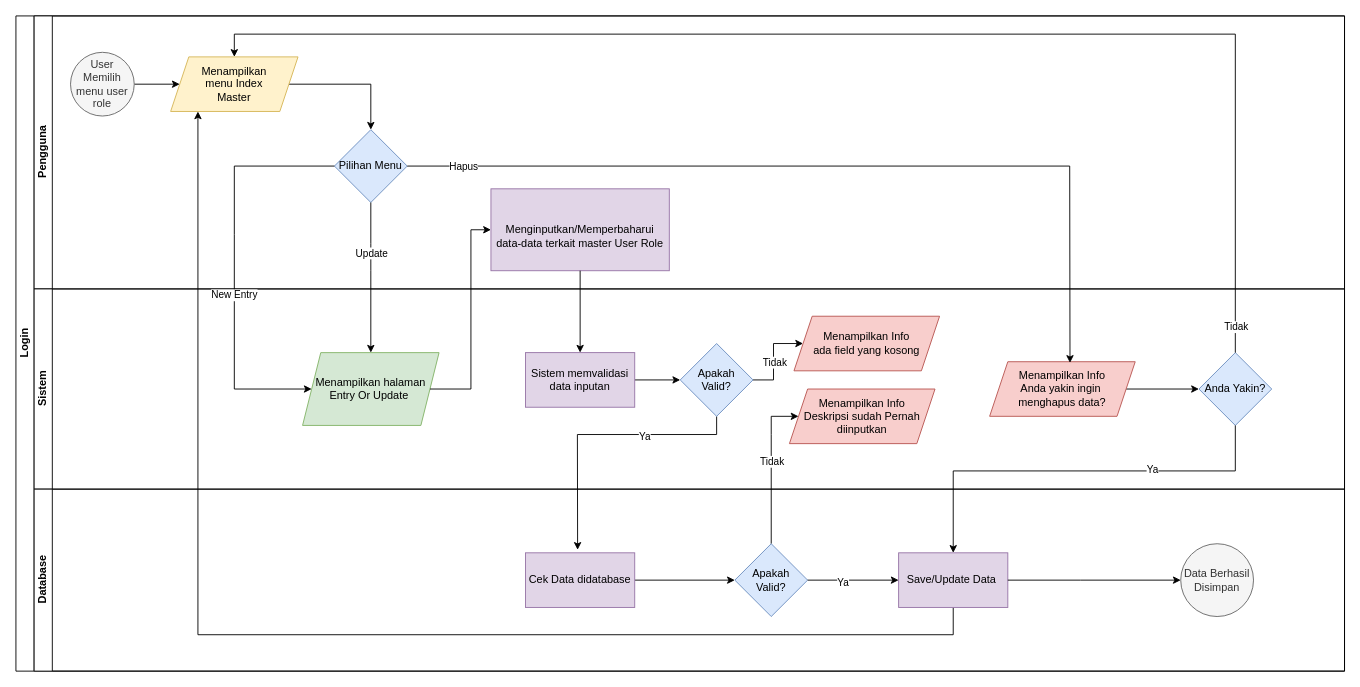
Before: page "Master User Role" (2 of 4) of Untitled Diagram.drawio in frostmisty/TestVisioNet, a draw.io diagram. Source tidied: cells renumbered, new cells numbered last; positions are measured from the earlier drawing's top-left corner, leaving out a move shared by most shapes. Both pictures are drawn from the tidied source at 91%, with x=0, y=0 at pixel (15, 15).
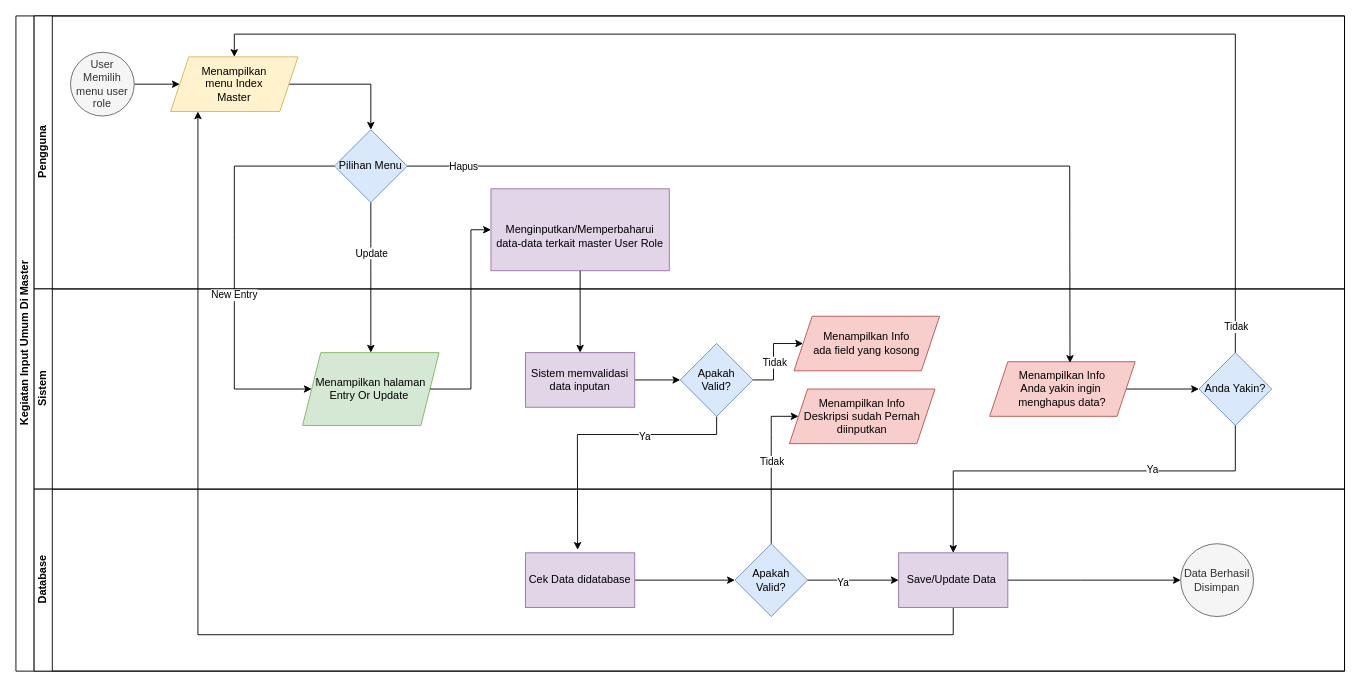
After the change.

The edit, as a diff of the source:
```diff
@@
-    <mxCell id="2" value="Login" style="swimlane;html=1;horizontal=0;startSize=20;" parent="1" vertex="1">
+    <mxCell id="2" value="Kegiatan Input Umum Di Master" style="swimlane;html=1;horizontal=0;startSize=20;" parent="1" vertex="1">
       <mxGeometry width="1460" height="720" as="geometry" />
     </mxCell>
```
